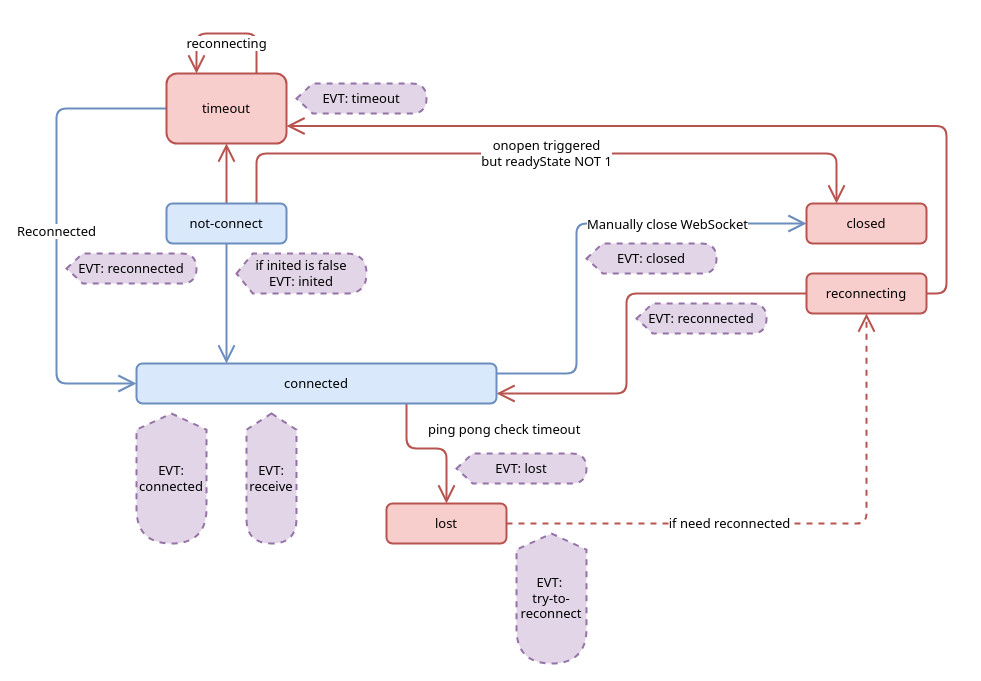
toshiya14/ws-frame keeps this draw.io diagram as doc/WebSocketWorkflow.drawio. Above is the earlier version. Source tidied: cells renumbered, new cells numbered last; positions are measured from the earlier drawing's top-left corner, leaving out a move shared by most shapes. Both pictures are drawn from the tidied source at 100%, with x=0, y=0 at pixel (56, 33).
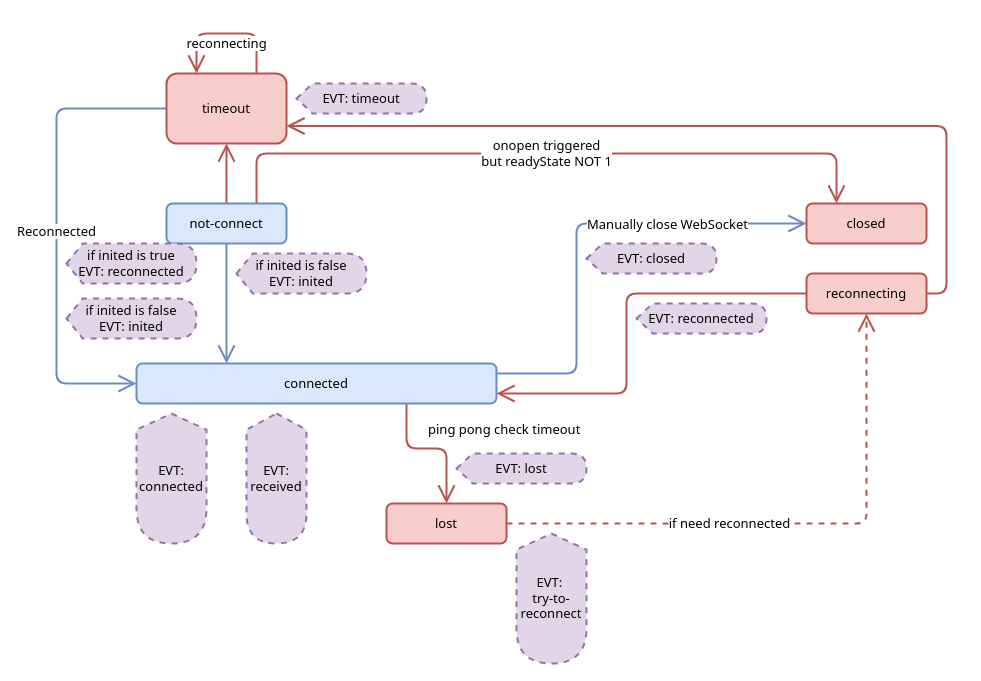
After the change.

Change to the diagram source:
```diff
@@
-    <mxCell id="24" value="EVT: reconnected" style="shape=display;whiteSpace=wrap;html=1;hachureGap=4;size=0.125;fillColor=#e1d5e7;strokeColor=#9673a6;dashed=1;strokeWidth=2;fontFamily=Tahoma;fontSize=13;" parent="1" vertex="1">
-      <mxGeometry x="10" y="220" width="130" height="30" as="geometry" />
+    <mxCell id="24" value="if inited is true&lt;br&gt;EVT: reconnected" style="shape=display;whiteSpace=wrap;html=1;hachureGap=4;size=0.125;fillColor=#e1d5e7;strokeColor=#9673a6;dashed=1;strokeWidth=2;fontFamily=Tahoma;fontSize=13;" parent="1" vertex="1">
+      <mxGeometry x="10" y="210" width="130" height="40" as="geometry" />
     </mxCell>
@@
-    <mxCell id="26" value="EVT: receive" style="shape=display;whiteSpace=wrap;html=1;hachureGap=4;size=0.125;fillColor=#e1d5e7;strokeColor=#9673a6;dashed=1;strokeWidth=2;direction=south;fontFamily=Tahoma;fontSize=13;" parent="1" vertex="1">
-      <mxGeometry x="190" y="380" width="50" height="130" as="geometry" />
+    <mxCell id="26" value="EVT: received" style="shape=display;whiteSpace=wrap;html=1;hachureGap=4;size=0.125;fillColor=#e1d5e7;strokeColor=#9673a6;dashed=1;strokeWidth=2;direction=south;fontFamily=Tahoma;fontSize=13;" parent="1" vertex="1">
+      <mxGeometry x="190" y="380" width="60" height="130" as="geometry" />
     </mxCell>
@@
+    <mxCell id="31" value="if inited is false&lt;br style=&quot;font-size: 13px;&quot;&gt;EVT: inited" style="shape=display;whiteSpace=wrap;html=1;hachureGap=4;size=0.125;strokeWidth=2;fillColor=#e1d5e7;strokeColor=#9673a6;dashed=1;fontFamily=Tahoma;fontSize=13;" parent="1" vertex="1">
+      <mxGeometry x="10" y="265" width="130" height="40" as="geometry" />
+    </mxCell>
```
